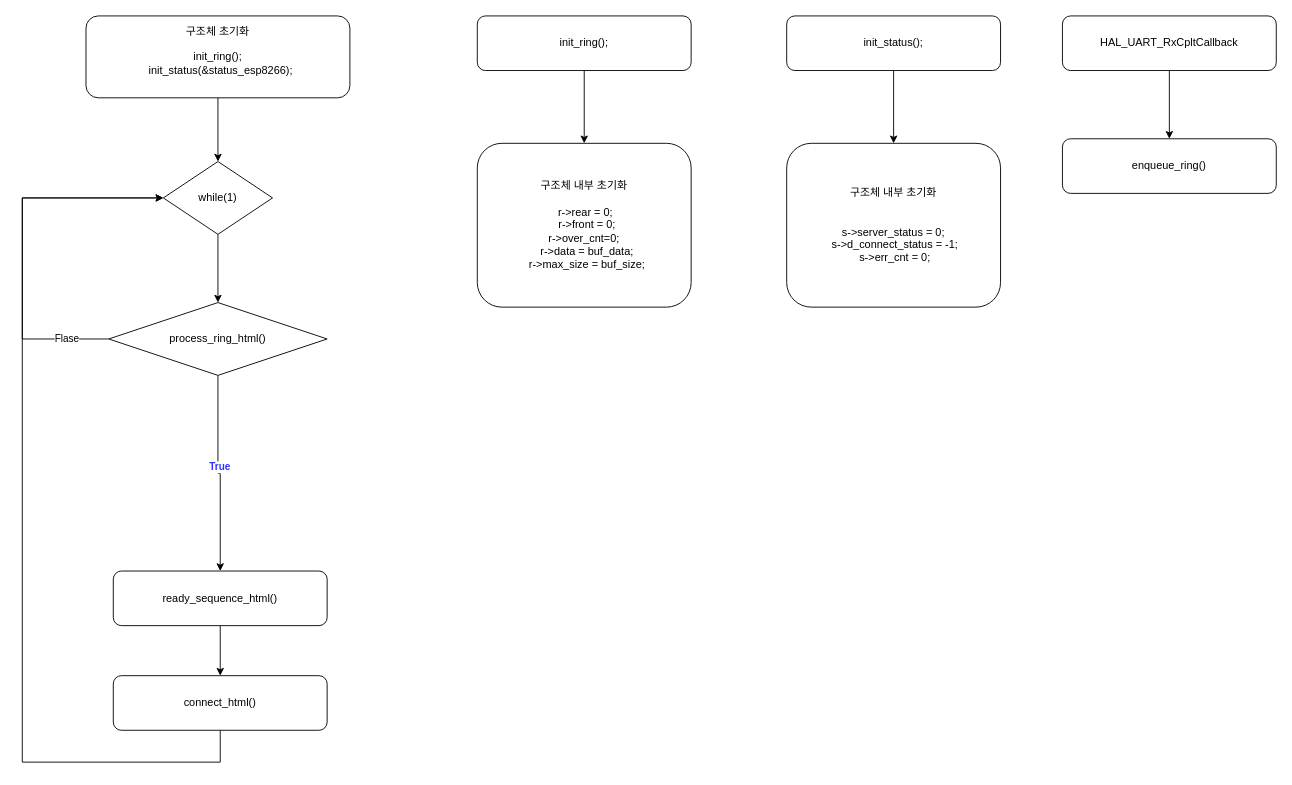
qfe051/L412_SelfTest_1_19 keeps this draw.io diagram as page "main()" (1 of 4) of 22_flowchart/esp8266.drawio. Above is the earlier version. Source tidied: cells renumbered, new cells numbered last; positions are measured from the earlier drawing's top-left corner, leaving out a move shared by most shapes. Both pictures are drawn from the tidied source at 91%, with x=0, y=0 at pixel (22, 15).
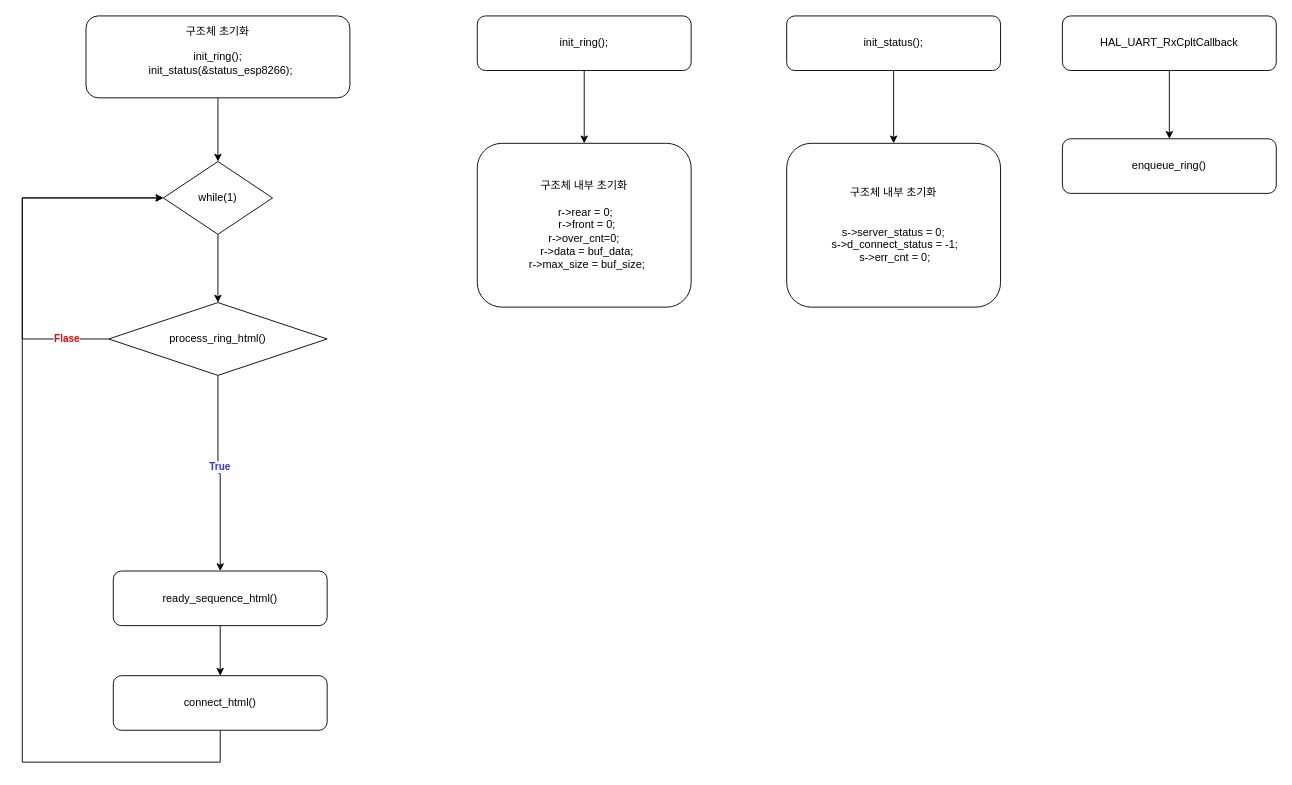
The same diagram, later.

The change refers to these unchanged cells:
```xml
<mxCell id="6" style="edgeStyle=orthogonalEdgeStyle;rounded=0;jettySize=auto;html=1;entryX=0;entryY=0.5;entryDx=0;entryDy=0;exitX=0;exitY=0.5;exitDx=0;exitDy=0;" parent="1" edge="1" source="10" target="5">
  <mxGeometry relative="1" as="geometry">
    <Array as="points">
      <mxPoint y="355" />
      <mxPoint y="200" />
    </Array>
  </mxGeometry>
</mxCell>
```

What changed in the source:
```diff
@@
-    <mxCell id="7" value="Flase" style="edgeLabel;html=1;align=center;verticalAlign=middle;" parent="6" vertex="1">
+    <mxCell id="7" value="Flase" style="edgeLabel;html=1;align=center;verticalAlign=middle;fontStyle=1;fontColor=#FF0000;" parent="6" vertex="1">
       <mxGeometry x="-0.77" y="-1" relative="1" as="geometry" />
     </mxCell>
```
